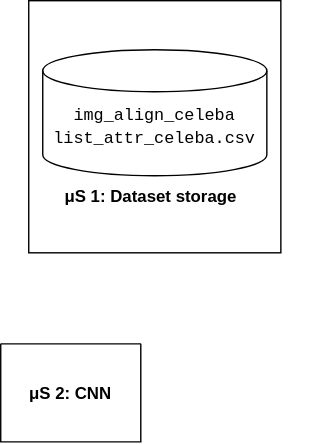
Earlier version of the draw.io export architechture.drawio.svg (Wissem0/Projet-Integrateur-Classification-d-images). Source tidied: cells renumbered, new cells last; positions are measured from the earlier drawing's top-left corner, leaving out a move shared by most shapes. Its diagram source:
```xml
<mxGraphModel>
  <root>
    <mxCell id="0" />
    <mxCell id="1" parent="0" />
    <mxCell id="2" style="whiteSpace=wrap;html=1;fontFamily=Helvetica;" parent="1" vertex="1">
      <mxGeometry x="20" width="180" height="180" as="geometry" />
    </mxCell>
    <mxCell id="3" style="shape=cylinder3;whiteSpace=wrap;html=1;boundedLbl=1;backgroundOutline=1;size=15;" parent="1" vertex="1">
      <mxGeometry x="30" y="35" width="160" height="90" as="geometry" />
    </mxCell>
    <mxCell id="4" value="&lt;div&gt;&lt;font face=&quot;Courier New&quot;&gt;img_align_celeba&lt;/font&gt;&lt;/div&gt;&lt;div&gt;&lt;font face=&quot;Courier New&quot;&gt;list_attr_celeba.csv&lt;/font&gt;&lt;/div&gt;" style="text;html=1;strokeColor=none;fillColor=none;align=center;verticalAlign=middle;whiteSpace=wrap;rounded=0;" parent="1" vertex="1">
      <mxGeometry x="50" y="75" width="120" height="30" as="geometry" />
    </mxCell>
    <mxCell id="5" value="&lt;div align=&quot;center&quot;&gt;&lt;b&gt;&lt;font face=&quot;Helvetica&quot;&gt;&lt;span class=&quot;js-about-item-abstr&quot;&gt;μS 1: Dataset storage&lt;/span&gt;&lt;/font&gt;&lt;/b&gt;&lt;br&gt;&lt;span class=&quot;js-about-item-abstr&quot;&gt;&lt;/span&gt;&lt;/div&gt;" style="text;strokeColor=none;fillColor=none;align=left;verticalAlign=middle;spacingLeft=4;spacingRight=4;overflow=hidden;whiteSpace=wrap;html=1;fontFamily=Courier New;" parent="1" vertex="1">
      <mxGeometry x="40" y="105" width="180" height="70" as="geometry" />
    </mxCell>
    <mxCell id="6" value="&#10;&#10;&#10;&#10;&#10;&#10;μS 2: CNN&#10;" style="swimlane;startSize=0;fontFamily=Helvetica;fillColor=#FFFFFF;" parent="1" vertex="1">
      <mxGeometry y="245" width="100" height="70" as="geometry" />
    </mxCell>
  </root>
</mxGraphModel>
```
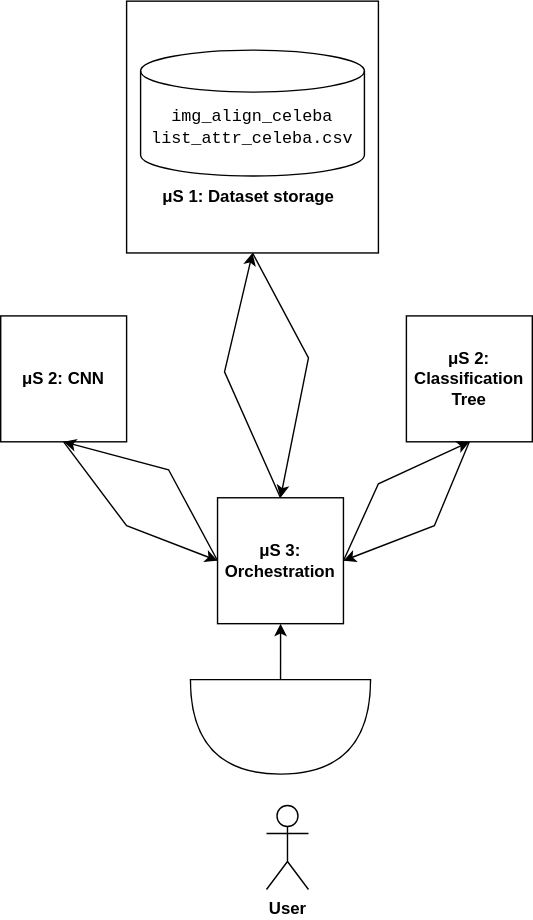
The same diagram one commit later.

Diff of the diagram source:
```diff
@@ -2,20 +2,80 @@
   <root>
     <mxCell id="0" />
     <mxCell id="1" parent="0" />
+    <mxCell id="7" style="rounded=0;jettySize=auto;html=1;entryX=0.5;entryY=0;entryDx=0;entryDy=0;fontFamily=Helvetica;exitX=0.5;exitY=1;exitDx=0;exitDy=0;" parent="1" edge="1" source="2" target="14">
+      <mxGeometry relative="1" as="geometry">
+        <Array as="points">
+          <mxPoint x="220" y="275" />
+        </Array>
+      </mxGeometry>
+    </mxCell>
+    <mxCell id="8" style="rounded=0;jettySize=auto;html=1;entryX=0;entryY=0.5;entryDx=0;entryDy=0;fontFamily=Helvetica;exitX=0.5;exitY=1;exitDx=0;exitDy=0;" parent="1" edge="1" source="6" target="14">
+      <mxGeometry relative="1" as="geometry">
+        <Array as="points">
+          <mxPoint x="90" y="395" />
+        </Array>
+      </mxGeometry>
+    </mxCell>
+    <mxCell id="6" value="&lt;b&gt;μS 2: CNN&lt;/b&gt;" style="whiteSpace=wrap;html=1;fillStyle=solid;fontFamily=Helvetica;fillColor=#FFFFFF;" parent="1" vertex="1">
+      <mxGeometry y="245" width="90" height="90" as="geometry" />
+    </mxCell>
+    <mxCell id="9" style="rounded=0;jettySize=auto;html=1;entryX=1;entryY=0.5;entryDx=0;entryDy=0;fontFamily=Helvetica;exitX=0.5;exitY=1;exitDx=0;exitDy=0;" parent="1" edge="1" source="10" target="14">
+      <mxGeometry relative="1" as="geometry">
+        <Array as="points">
+          <mxPoint x="310" y="395" />
+        </Array>
+      </mxGeometry>
+    </mxCell>
+    <mxCell id="10" value="&lt;b&gt;μS 2: Classification Tree&lt;br&gt;&lt;/b&gt;" style="whiteSpace=wrap;html=1;fillStyle=solid;fontFamily=Helvetica;fillColor=#FFFFFF;" parent="1" vertex="1">
+      <mxGeometry x="290" y="245" width="90" height="90" as="geometry" />
+    </mxCell>
+    <mxCell id="11" style="rounded=0;jettySize=auto;html=1;fontFamily=Helvetica;entryX=0.5;entryY=1;entryDx=0;entryDy=0;exitX=0;exitY=0.5;exitDx=0;exitDy=0;" parent="1" edge="1" source="14" target="6">
+      <mxGeometry relative="1" as="geometry">
+        <Array as="points">
+          <mxPoint x="120" y="355" />
+        </Array>
+      </mxGeometry>
+    </mxCell>
+    <mxCell id="12" style="rounded=0;jettySize=auto;html=1;entryX=0.5;entryY=1;entryDx=0;entryDy=0;fontFamily=Helvetica;exitX=1;exitY=0.5;exitDx=0;exitDy=0;" parent="1" edge="1" source="14" target="10">
+      <mxGeometry relative="1" as="geometry">
+        <Array as="points">
+          <mxPoint x="270" y="365" />
+        </Array>
+      </mxGeometry>
+    </mxCell>
+    <mxCell id="13" style="rounded=0;jettySize=auto;html=1;entryX=0.5;entryY=1;entryDx=0;entryDy=0;fontFamily=Helvetica;exitX=0.5;exitY=0;exitDx=0;exitDy=0;" parent="1" edge="1" source="14" target="2">
+      <mxGeometry relative="1" as="geometry">
+        <Array as="points">
+          <mxPoint x="160" y="285" />
+        </Array>
+      </mxGeometry>
+    </mxCell>
+    <mxCell id="14" value="&lt;b&gt;μS 3: Orchestration&lt;/b&gt;" style="whiteSpace=wrap;html=1;fillStyle=solid;fontFamily=Helvetica;fillColor=#FFFFFF;" parent="1" vertex="1">
+      <mxGeometry x="155" y="375" width="90" height="90" as="geometry" />
+    </mxCell>
+    <mxCell id="15" style="edgeStyle=orthogonalEdgeStyle;rounded=0;jettySize=auto;html=1;fontFamily=Helvetica;" parent="1" edge="1" source="16" target="14">
+      <mxGeometry relative="1" as="geometry" />
+    </mxCell>
+    <mxCell id="16" style="shape=or;whiteSpace=wrap;html=1;fillStyle=solid;fontFamily=Helvetica;fillColor=#FFFFFF;rotation=90;" parent="1" vertex="1">
+      <mxGeometry x="166.2" y="474.4" width="67.5" height="128.8" as="geometry" />
+    </mxCell>
+    <mxCell id="17" value="&lt;b&gt;User&lt;/b&gt;" style="shape=umlActor;verticalLabelPosition=bottom;verticalAlign=top;html=1;fillStyle=solid;fontFamily=Helvetica;fillColor=#FFFFFF;" parent="1" vertex="1">
+      <mxGeometry x="190" y="595" width="30" height="60" as="geometry" />
+    </mxCell>
+    <mxCell id="18" style="group;" parent="1" vertex="1">
+      <mxGeometry x="90" y="20" width="200" height="180" as="geometry" />
+    </mxCell>
-    <mxCell id="2" style="whiteSpace=wrap;html=1;fontFamily=Helvetica;" parent="1" vertex="1">
-      <mxGeometry x="20" width="180" height="180" as="geometry" />
+    <mxCell id="2" style="whiteSpace=wrap;html=1;fontFamily=Helvetica;" parent="18" vertex="1">
+      <mxGeometry width="180" height="180" as="geometry" />
     </mxCell>
-    <mxCell id="3" style="shape=cylinder3;whiteSpace=wrap;html=1;boundedLbl=1;backgroundOutline=1;size=15;" parent="1" vertex="1">
-      <mxGeometry x="30" y="35" width="160" height="90" as="geometry" />
+    <mxCell id="3" style="shape=cylinder3;whiteSpace=wrap;html=1;boundedLbl=1;backgroundOutline=1;size=15;" parent="18" vertex="1">
+      <mxGeometry x="10" y="35" width="160" height="90" as="geometry" />
     </mxCell>
-    <mxCell id="4" value="&lt;div&gt;&lt;font face=&quot;Courier New&quot;&gt;img_align_celeba&lt;/font&gt;&lt;/div&gt;&lt;div&gt;&lt;font face=&quot;Courier New&quot;&gt;list_attr_celeba.csv&lt;/font&gt;&lt;/div&gt;" style="text;html=1;strokeColor=none;fillColor=none;align=center;verticalAlign=middle;whiteSpace=wrap;rounded=0;" parent="1" vertex="1">
-      <mxGeometry x="50" y="75" width="120" height="30" as="geometry" />
+    <mxCell id="4" value="&lt;div&gt;&lt;font face=&quot;Courier New&quot;&gt;img_align_celeba&lt;/font&gt;&lt;/div&gt;&lt;div&gt;&lt;font face=&quot;Courier New&quot;&gt;list_attr_celeba.csv&lt;/font&gt;&lt;/div&gt;" style="text;html=1;strokeColor=none;fillColor=none;align=center;verticalAlign=middle;whiteSpace=wrap;rounded=0;" parent="18" vertex="1">
+      <mxGeometry x="30" y="75" width="120" height="30" as="geometry" />
     </mxCell>
-    <mxCell id="5" value="&lt;div align=&quot;center&quot;&gt;&lt;b&gt;&lt;font face=&quot;Helvetica&quot;&gt;&lt;span class=&quot;js-about-item-abstr&quot;&gt;μS 1: Dataset storage&lt;/span&gt;&lt;/font&gt;&lt;/b&gt;&lt;br&gt;&lt;span class=&quot;js-about-item-abstr&quot;&gt;&lt;/span&gt;&lt;/div&gt;" style="text;strokeColor=none;fillColor=none;align=left;verticalAlign=middle;spacingLeft=4;spacingRight=4;overflow=hidden;whiteSpace=wrap;html=1;fontFamily=Courier New;" parent="1" vertex="1">
-      <mxGeometry x="40" y="105" width="180" height="70" as="geometry" />
+    <mxCell id="5" value="&lt;div align=&quot;center&quot;&gt;&lt;b&gt;&lt;font face=&quot;Helvetica&quot;&gt;&lt;span class=&quot;js-about-item-abstr&quot;&gt;μS 1: Dataset storage&lt;/span&gt;&lt;/font&gt;&lt;/b&gt;&lt;br&gt;&lt;span class=&quot;js-about-item-abstr&quot;&gt;&lt;/span&gt;&lt;/div&gt;" style="text;strokeColor=none;fillColor=none;align=left;verticalAlign=middle;spacingLeft=4;spacingRight=4;overflow=hidden;whiteSpace=wrap;html=1;fontFamily=Courier New;" parent="18" vertex="1">
+      <mxGeometry x="20" y="105" width="180" height="70" as="geometry" />
     </mxCell>
-    <mxCell id="6" value="&#10;&#10;&#10;&#10;&#10;&#10;μS 2: CNN&#10;" style="swimlane;startSize=0;fontFamily=Helvetica;fillColor=#FFFFFF;" parent="1" vertex="1">
-      <mxGeometry y="245" width="100" height="70" as="geometry" />
-    </mxCell>
   </root>
 </mxGraphModel>
```
